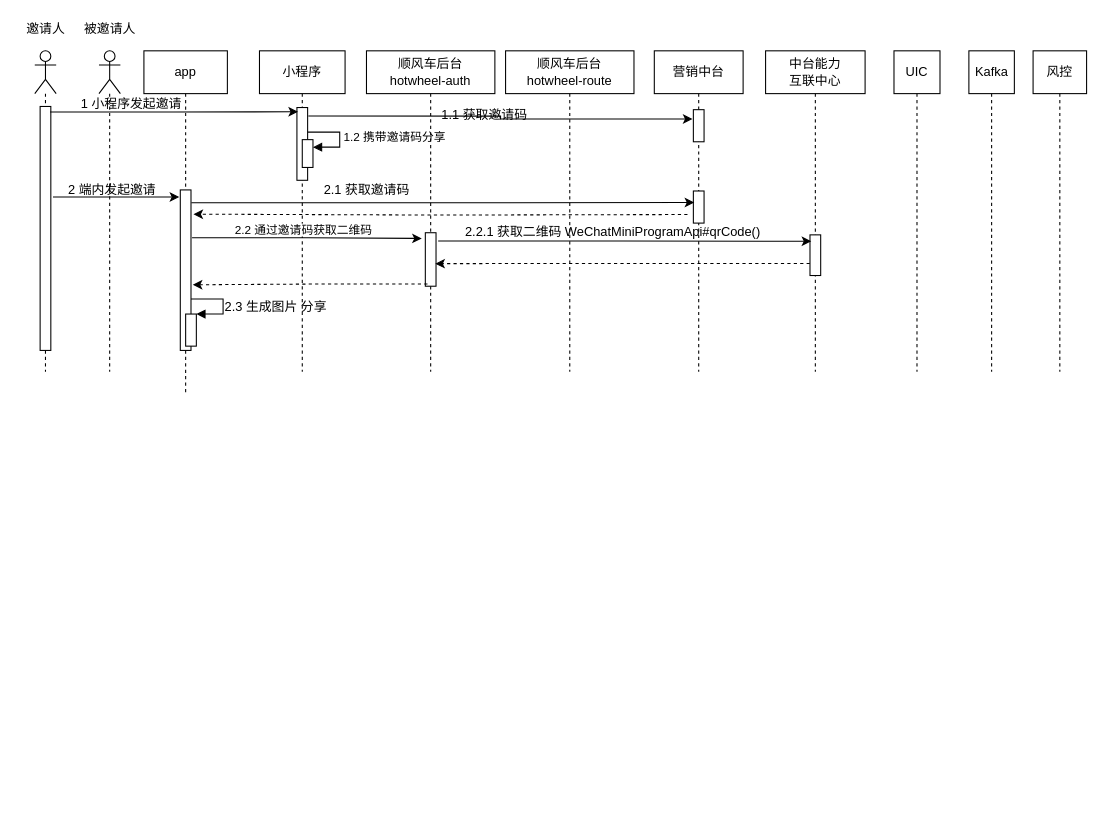
Before: page "乘客拉新活动2.11" (15 of 15) of Untitled Diagram.drawio in liufuchen88/test2, a draw.io diagram. Source tidied: cells renumbered, new cells numbered last; positions are measured from the earlier drawing's top-left corner, leaving out a move shared by most shapes. Both pictures are drawn from the tidied source at 107%, with x=0, y=0 at pixel (18, 18).
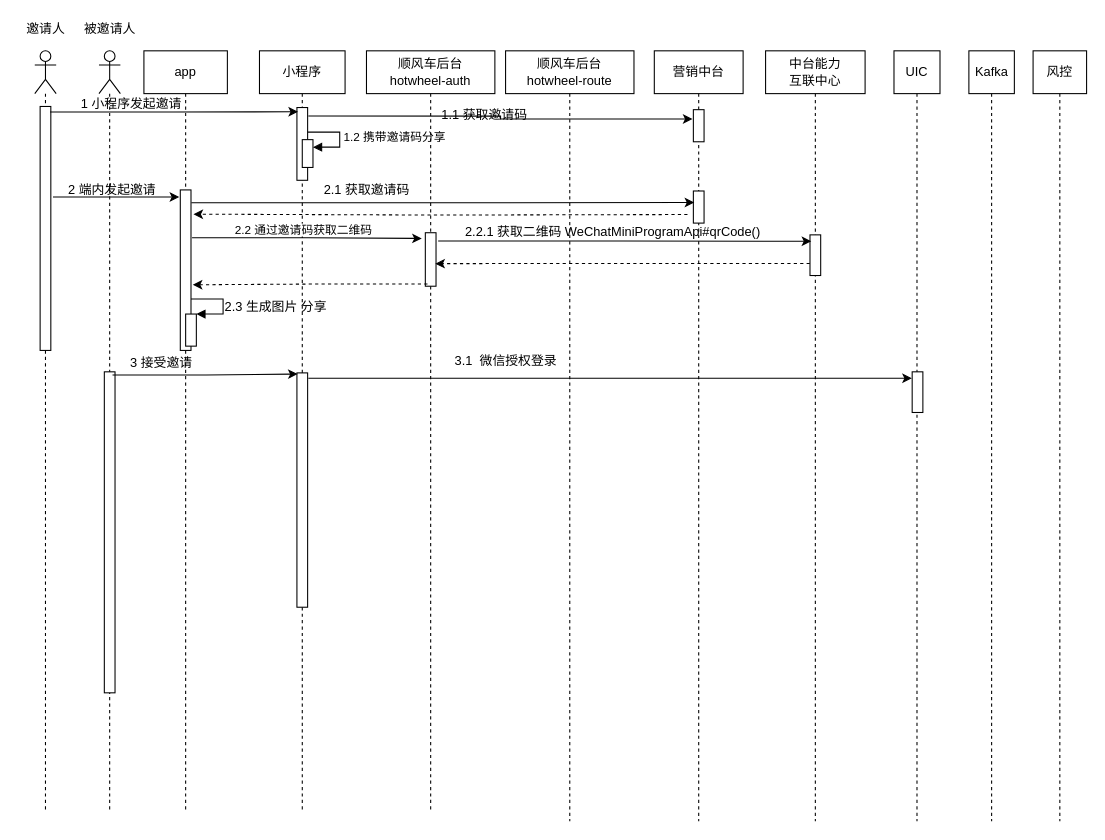
The same diagram, later.

What changed in the source:
```diff
@@
     <mxCell id="2" style="shape=umlLifeline;participant=umlActor;perimeter=lifelinePerimeter;whiteSpace=wrap;html=1;verticalAlign=top;spacingTop=36;" parent="1" vertex="1">
-      <mxGeometry x="15" y="30" width="20" height="300" as="geometry" />
+      <mxGeometry x="15" y="30" width="20" height="710" as="geometry" />
     </mxCell>
@@
     <mxCell id="5" style="shape=umlLifeline;participant=umlActor;perimeter=lifelinePerimeter;whiteSpace=wrap;html=1;verticalAlign=top;spacingTop=36;" parent="1" vertex="1">
-      <mxGeometry x="75" y="30" width="20" height="300" as="geometry" />
+      <mxGeometry x="75" y="30" width="20" height="710" as="geometry" />
     </mxCell>
+    <mxCell id="42" style="html=1;points=[];perimeter=orthogonalPerimeter;" parent="5" vertex="1">
+      <mxGeometry x="5" y="300" width="10" height="300" as="geometry" />
+    </mxCell>
@@
     <mxCell id="7" value="app" style="shape=umlLifeline;perimeter=lifelinePerimeter;whiteSpace=wrap;html=1;" parent="1" vertex="1">
-      <mxGeometry x="117" y="30" width="78" height="320" as="geometry" />
+      <mxGeometry x="117" y="30" width="78" height="710" as="geometry" />
     </mxCell>
@@
     <mxCell id="11" value="小程序" style="shape=umlLifeline;perimeter=lifelinePerimeter;whiteSpace=wrap;html=1;" parent="1" vertex="1">
-      <mxGeometry x="225" y="30" width="80" height="300" as="geometry" />
+      <mxGeometry x="225" y="30" width="80" height="710" as="geometry" />
     </mxCell>
@@
+    <mxCell id="43" style="html=1;points=[];perimeter=orthogonalPerimeter;" parent="11" vertex="1">
+      <mxGeometry x="35" y="301" width="10" height="219" as="geometry" />
+    </mxCell>
     <mxCell id="16" value="顺风车后台&lt;br&gt;hotwheel-auth" style="shape=umlLifeline;perimeter=lifelinePerimeter;whiteSpace=wrap;html=1;" parent="1" vertex="1">
-      <mxGeometry x="325" y="30" width="120" height="300" as="geometry" />
+      <mxGeometry x="325" y="30" width="120" height="710" as="geometry" />
     </mxCell>
@@
     <mxCell id="18" value="顺风车后台&lt;br&gt;hotwheel-route" style="shape=umlLifeline;perimeter=lifelinePerimeter;whiteSpace=wrap;html=1;" parent="1" vertex="1">
-      <mxGeometry x="455" y="30" width="120" height="300" as="geometry" />
+      <mxGeometry x="455" y="30" width="120" height="720" as="geometry" />
     </mxCell>
     <mxCell id="19" value="营销中台" style="shape=umlLifeline;perimeter=lifelinePerimeter;whiteSpace=wrap;html=1;" parent="1" vertex="1">
-      <mxGeometry x="594" y="30" width="83" height="300" as="geometry" />
+      <mxGeometry x="594" y="30" width="83" height="720" as="geometry" />
     </mxCell>
@@
     <mxCell id="22" value="中台能力&lt;br&gt;互联中心" style="shape=umlLifeline;perimeter=lifelinePerimeter;whiteSpace=wrap;html=1;" parent="1" vertex="1">
-      <mxGeometry x="698" y="30" width="93" height="300" as="geometry" />
+      <mxGeometry x="698" y="30" width="93" height="720" as="geometry" />
     </mxCell>
@@
     <mxCell id="24" value="UIC" style="shape=umlLifeline;perimeter=lifelinePerimeter;whiteSpace=wrap;html=1;" parent="1" vertex="1">
-      <mxGeometry x="818" y="30" width="43" height="300" as="geometry" />
+      <mxGeometry x="818" y="30" width="43" height="720" as="geometry" />
     </mxCell>
+    <mxCell id="44" style="html=1;points=[];perimeter=orthogonalPerimeter;" parent="24" vertex="1">
+      <mxGeometry x="17" y="300" width="10" height="38" as="geometry" />
+    </mxCell>
     <mxCell id="25" value="Kafka" style="shape=umlLifeline;perimeter=lifelinePerimeter;whiteSpace=wrap;html=1;" parent="1" vertex="1">
-      <mxGeometry x="888" y="30" width="42.5" height="300" as="geometry" />
+      <mxGeometry x="888" y="30" width="42.5" height="720" as="geometry" />
     </mxCell>
     <mxCell id="26" value="风控" style="shape=umlLifeline;perimeter=lifelinePerimeter;whiteSpace=wrap;html=1;" parent="1" vertex="1">
-      <mxGeometry x="948" y="30" width="50" height="300" as="geometry" />
+      <mxGeometry x="948" y="30" width="50" height="720" as="geometry" />
     </mxCell>
@@
+    <mxCell id="45" style="edgeStyle=orthogonalEdgeStyle;rounded=0;jettySize=auto;html=1;entryX=0.067;entryY=0.005;entryDx=0;entryDy=0;entryPerimeter=0;exitX=0.767;exitY=0.01;exitDx=0;exitDy=0;exitPerimeter=0;" parent="1" edge="1" source="42" target="43">
+      <mxGeometry relative="1" as="geometry" />
+    </mxCell>
+    <mxCell id="46" style="edgeStyle=orthogonalEdgeStyle;rounded=0;jettySize=auto;html=1;entryX=-0.033;entryY=0.158;entryDx=0;entryDy=0;entryPerimeter=0;exitX=1.067;exitY=0.023;exitDx=0;exitDy=0;exitPerimeter=0;" parent="1" edge="1" source="43" target="44">
+      <mxGeometry relative="1" as="geometry" />
+    </mxCell>
+    <mxCell id="47" value="3 接受邀请" style="text;html=1;align=center;verticalAlign=middle;strokeColor=none;fillColor=none;" parent="1" vertex="1">
+      <mxGeometry x="98" y="312" width="70" height="20" as="geometry" />
+    </mxCell>
+    <mxCell id="48" value="3.1&amp;nbsp; 微信授权登录" style="text;html=1;align=center;verticalAlign=middle;strokeColor=none;fillColor=none;" parent="1" vertex="1">
+      <mxGeometry x="400" y="310" width="110" height="20" as="geometry" />
+    </mxCell>
```
